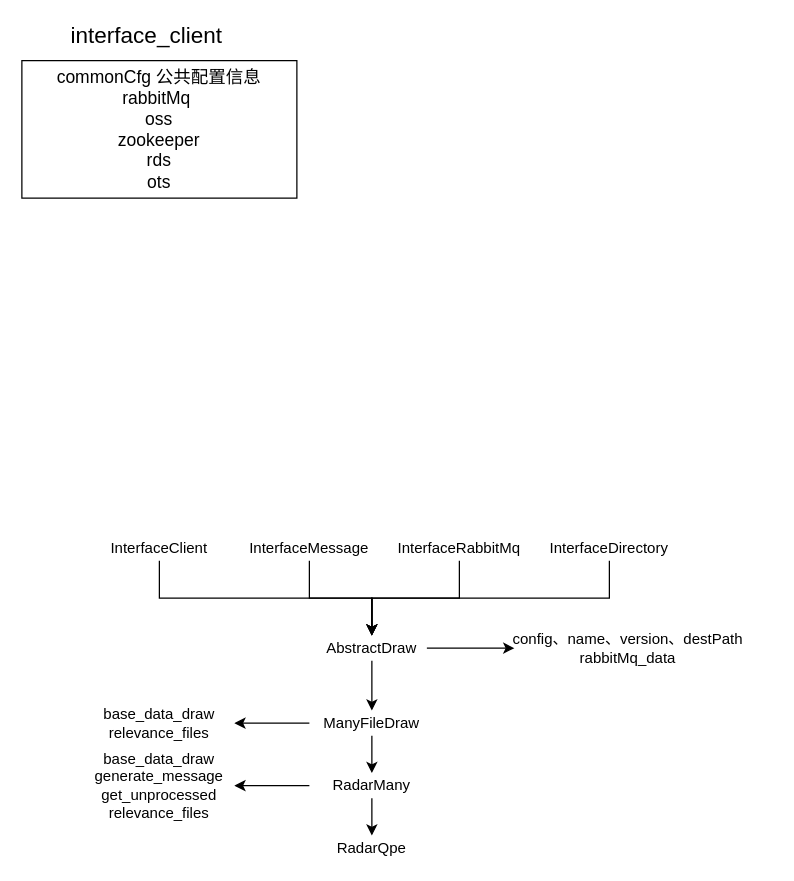
Above: Untitled Diagram.drawio in leetcode-xu/Blog (draw.io), before the change. Source tidied: cells renumbered, new cells numbered last; positions are measured from the earlier drawing's top-left corner, leaving out a move shared by most shapes. Both pictures are drawn from the tidied source at 125%, with x=0, y=0 at pixel (21, 22).
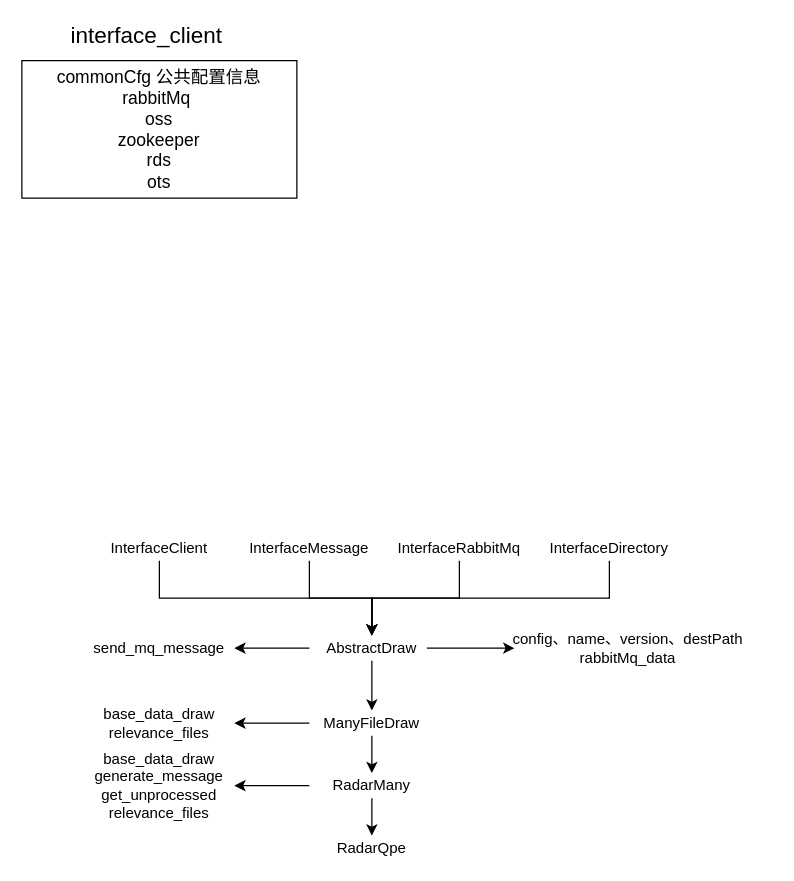
After the change.

The edit, as a diff of the source:
```diff
@@
+    <mxCell id="25" style="edgeStyle=orthogonalEdgeStyle;rounded=0;orthogonalLoop=1;jettySize=auto;html=1;" parent="1" edge="1">
+      <mxGeometry relative="1" as="geometry">
+        <mxPoint x="230" y="500" as="sourcePoint" />
+        <mxPoint x="170" y="500" as="targetPoint" />
+      </mxGeometry>
+    </mxCell>
@@
+    <mxCell id="26" value="send_mq_message" style="text;html=1;strokeColor=none;fillColor=none;align=center;verticalAlign=middle;whiteSpace=wrap;rounded=0;" parent="1" vertex="1">
+      <mxGeometry x="90" y="490" width="40" height="20" as="geometry" />
+    </mxCell>
```
